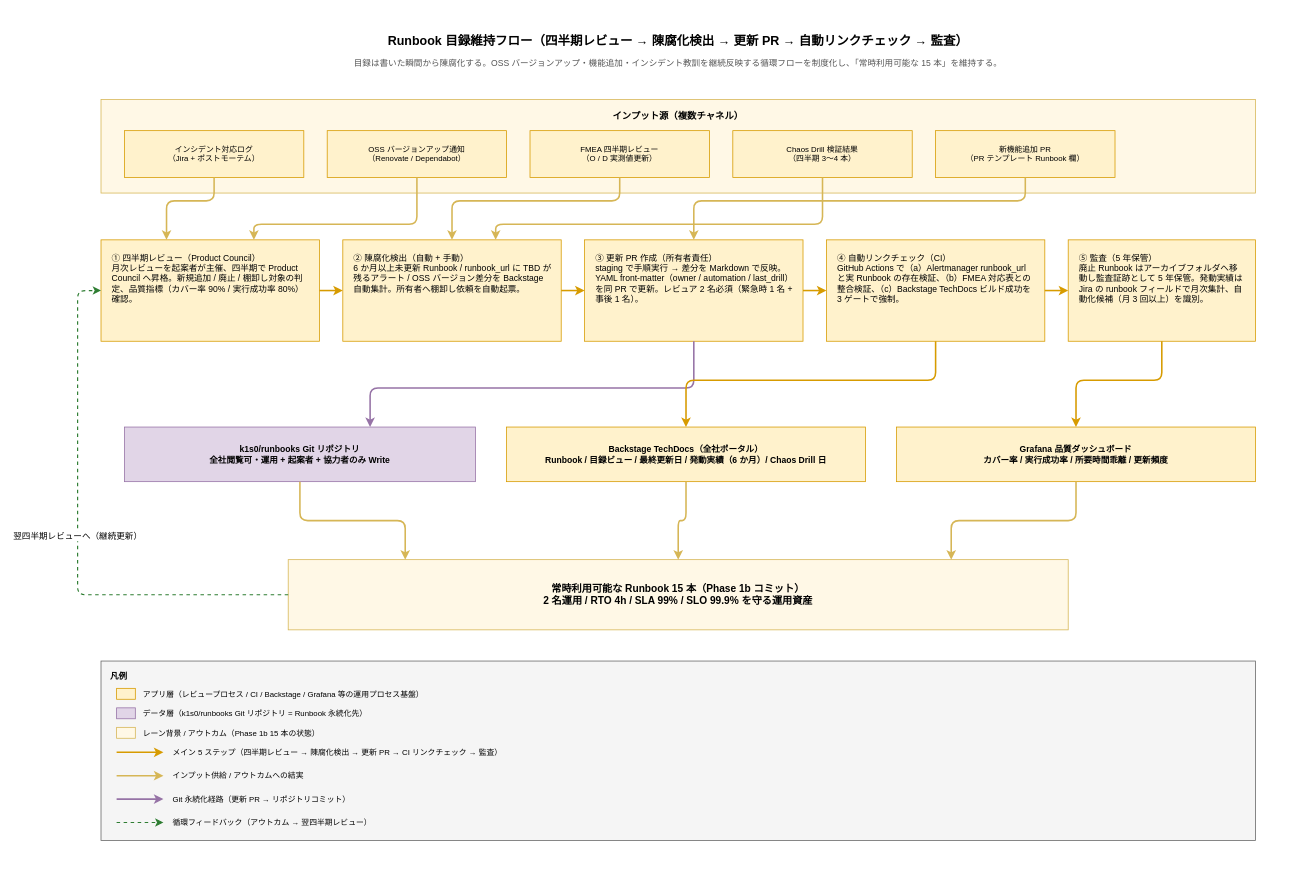
The draw.io diagram docs/04_概要設計/55_運用ライフサイクル方式設計/img/09_Runbook目録方式/catalog_maintenance_flow.drawio in RyuheiKiso/k1s0, before the edit. Source tidied: cells renumbered, new cells numbered last; positions are measured from the earlier drawing's top-left corner, leaving out a move shared by most shapes. Both pictures are drawn from the tidied source at 78%, with x=0, y=0 at pixel (54, 13).
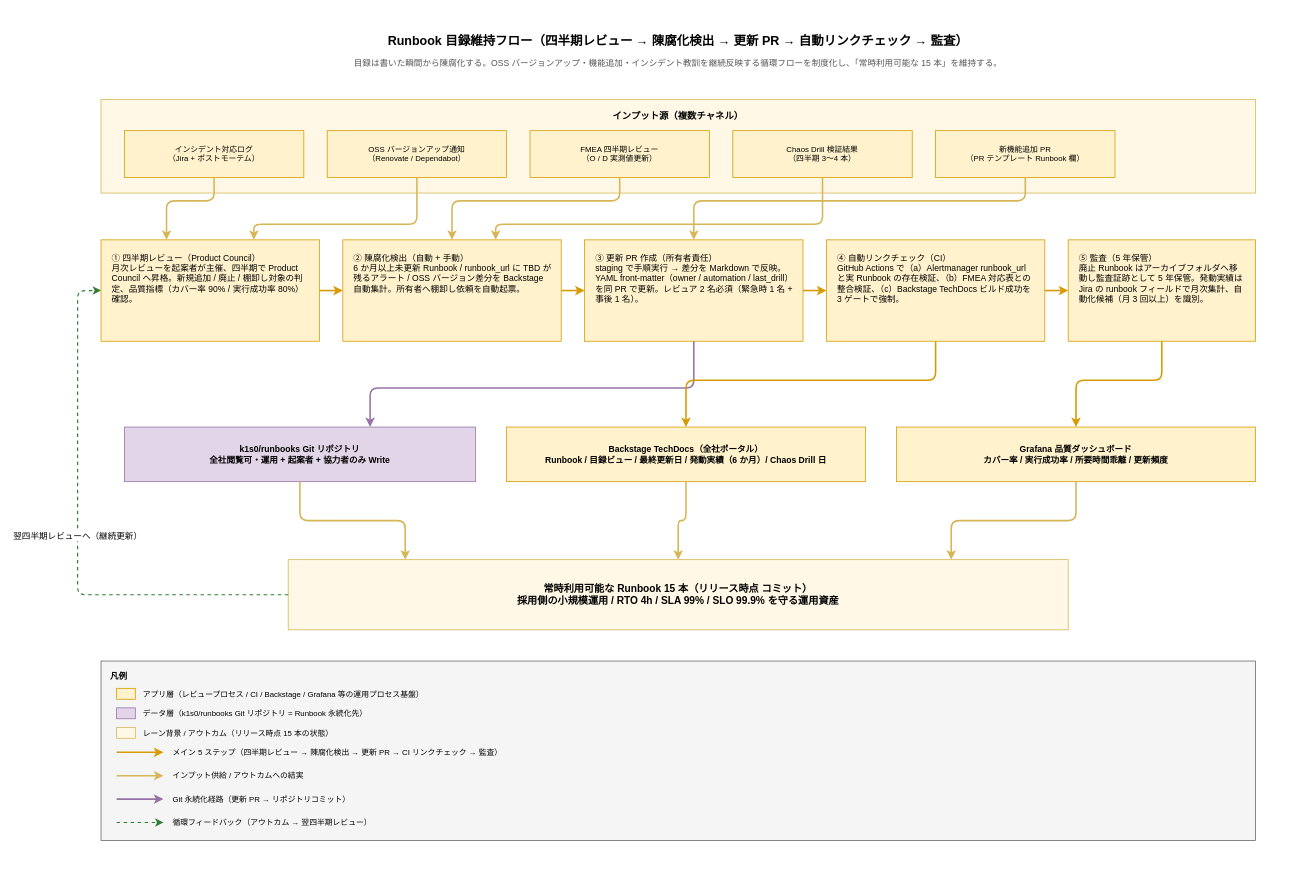
The same page after the edit.

What changed in the source:
```diff
@@
-    <mxCell id="19" value="常時利用可能な Runbook 15 本（Phase 1b コミット）&#10;2 名運用 / RTO 4h / SLA 99% / SLO 99.9% を守る運用資産" style="rounded=0;whiteSpace=wrap;html=1;fillColor=#fff8e6;strokeColor=#d6b656;fontSize=13;fontStyle=1;align=center;verticalAlign=middle;" parent="1" vertex="1">
+    <mxCell id="19" value="常時利用可能な Runbook 15 本（リリース時点 コミット）&#10;採用側の小規模運用 / RTO 4h / SLA 99% / SLO 99.9% を守る運用資産" style="rounded=0;whiteSpace=wrap;html=1;fillColor=#fff8e6;strokeColor=#d6b656;fontSize=13;fontStyle=1;align=center;verticalAlign=middle;" parent="1" vertex="1">
       <mxGeometry x="300" y="700" width="1000" height="90" as="geometry" />
     </mxCell>
@@
-    <mxCell id="42" value="レーン背景 / アウトカム（Phase 1b 15 本の状態）" style="text;html=1;strokeColor=none;fillColor=none;align=left;verticalAlign=middle;fontSize=10;" parent="1" vertex="1">
+    <mxCell id="42" value="レーン背景 / アウトカム（リリース時点 15 本の状態）" style="text;html=1;strokeColor=none;fillColor=none;align=left;verticalAlign=middle;fontSize=10;" parent="1" vertex="1">
       <mxGeometry x="112" y="910" width="600" height="24" as="geometry" />
     </mxCell>
```
